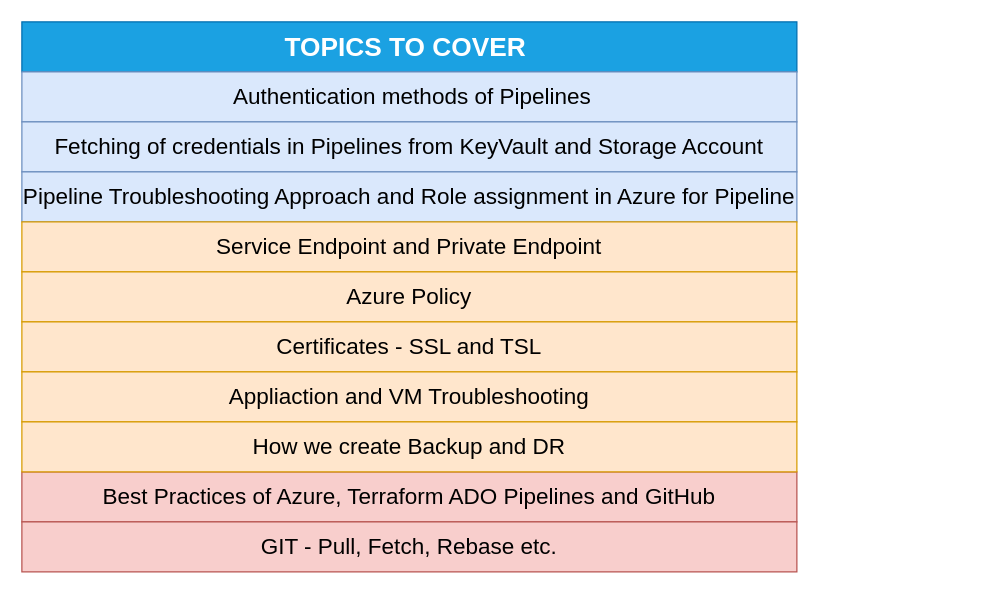
Sandeepinfra/Diagrams.HLD keeps this draw.io diagram as Topics to Cover.drawio. Above is the earlier version. Source tidied: cells renumbered, new cells numbered last; positions are measured from the earlier drawing's top-left corner, leaving out a move shared by most shapes. Both pictures are drawn from the tidied source at 125%, with x=0, y=0 at pixel (21, 21).
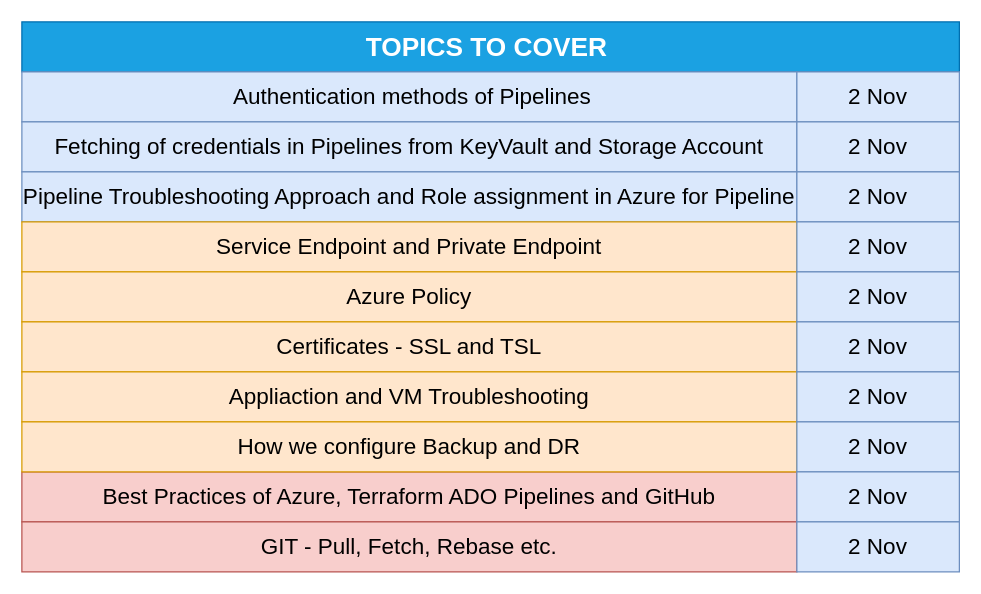
The same page after the edit.

What changed in the source:
```diff
@@
     <mxCell id="2" value="&lt;span style=&quot;font-size: 21px;&quot;&gt;TOPICS TO COVER&amp;nbsp;&lt;/span&gt;" style="rounded=0;whiteSpace=wrap;html=1;fillColor=#1ba1e2;strokeColor=#006EAF;fontSize=19;gradientDirection=north;fontColor=#FFFFFF;fontStyle=1;" parent="1" vertex="1">
-      <mxGeometry width="620" height="40" as="geometry" />
+      <mxGeometry width="750" height="40" as="geometry" />
     </mxCell>
@@
-    <mxCell id="12" value="How we create Backup and DR" style="rounded=0;whiteSpace=wrap;html=1;fillColor=#ffe6cc;strokeColor=#d79b00;fontSize=18;gradientDirection=north;align=center;" parent="1" vertex="1">
+    <mxCell id="12" value="How we configure Backup and DR" style="rounded=0;whiteSpace=wrap;html=1;fillColor=#ffe6cc;strokeColor=#d79b00;fontSize=18;gradientDirection=north;align=center;" parent="1" vertex="1">
       <mxGeometry y="320" width="620" height="40" as="geometry" />
     </mxCell>
+    <mxCell id="13" value="2 Nov" style="rounded=0;whiteSpace=wrap;html=1;fontSize=18;gradientDirection=north;align=center;fillColor=#dae8fc;strokeColor=#6c8ebf;" parent="1" vertex="1">
+      <mxGeometry x="620" y="40" width="130" height="40" as="geometry" />
+    </mxCell>
+    <mxCell id="14" value="2 Nov" style="rounded=0;whiteSpace=wrap;html=1;fontSize=18;gradientDirection=north;align=center;fillColor=#dae8fc;strokeColor=#6c8ebf;" parent="1" vertex="1">
+      <mxGeometry x="620" y="80" width="130" height="40" as="geometry" />
+    </mxCell>
+    <mxCell id="15" value="2 Nov" style="rounded=0;whiteSpace=wrap;html=1;fontSize=18;gradientDirection=north;align=center;fillColor=#dae8fc;strokeColor=#6c8ebf;" parent="1" vertex="1">
+      <mxGeometry x="620" y="120" width="130" height="40" as="geometry" />
+    </mxCell>
+    <mxCell id="16" value="2 Nov" style="rounded=0;whiteSpace=wrap;html=1;fontSize=18;gradientDirection=north;align=center;fillColor=#dae8fc;strokeColor=#6c8ebf;" parent="1" vertex="1">
+      <mxGeometry x="620" y="160" width="130" height="40" as="geometry" />
+    </mxCell>
+    <mxCell id="17" value="2 Nov" style="rounded=0;whiteSpace=wrap;html=1;fontSize=18;gradientDirection=north;align=center;fillColor=#dae8fc;strokeColor=#6c8ebf;" parent="1" vertex="1">
+      <mxGeometry x="620" y="200" width="130" height="40" as="geometry" />
+    </mxCell>
+    <mxCell id="18" value="2 Nov" style="rounded=0;whiteSpace=wrap;html=1;fontSize=18;gradientDirection=north;align=center;fillColor=#dae8fc;strokeColor=#6c8ebf;" parent="1" vertex="1">
+      <mxGeometry x="620" y="240" width="130" height="40" as="geometry" />
+    </mxCell>
+    <mxCell id="19" value="2 Nov" style="rounded=0;whiteSpace=wrap;html=1;fontSize=18;gradientDirection=north;align=center;fillColor=#dae8fc;strokeColor=#6c8ebf;" parent="1" vertex="1">
+      <mxGeometry x="620" y="280" width="130" height="40" as="geometry" />
+    </mxCell>
+    <mxCell id="20" value="2 Nov" style="rounded=0;whiteSpace=wrap;html=1;fontSize=18;gradientDirection=north;align=center;fillColor=#dae8fc;strokeColor=#6c8ebf;" parent="1" vertex="1">
+      <mxGeometry x="620" y="320" width="130" height="40" as="geometry" />
+    </mxCell>
+    <mxCell id="21" value="2 Nov" style="rounded=0;whiteSpace=wrap;html=1;fontSize=18;gradientDirection=north;align=center;fillColor=#dae8fc;strokeColor=#6c8ebf;" parent="1" vertex="1">
+      <mxGeometry x="620" y="360" width="130" height="40" as="geometry" />
+    </mxCell>
+    <mxCell id="22" value="2 Nov" style="rounded=0;whiteSpace=wrap;html=1;fontSize=18;gradientDirection=north;align=center;fillColor=#dae8fc;strokeColor=#6c8ebf;" parent="1" vertex="1">
+      <mxGeometry x="620" y="400" width="130" height="40" as="geometry" />
+    </mxCell>
```
